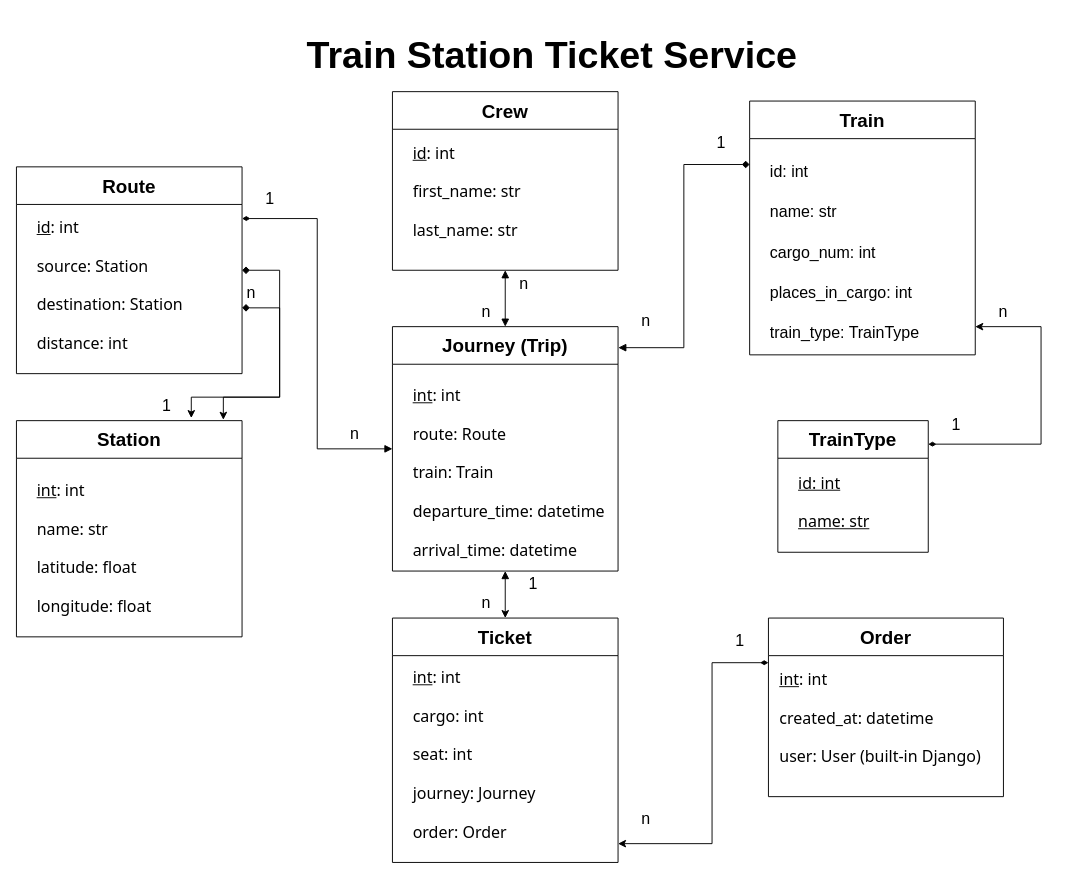
julia4406/train-ticket-service keeps this draw.io diagram as train-ticket-service_diagram.drawio. Above is the earlier version. Source tidied: cells renumbered, new cells numbered last; positions are measured from the earlier drawing's top-left corner, leaving out a move shared by most shapes. Both pictures are drawn from the tidied source at 94%, with x=0, y=0 at pixel (16, 16).
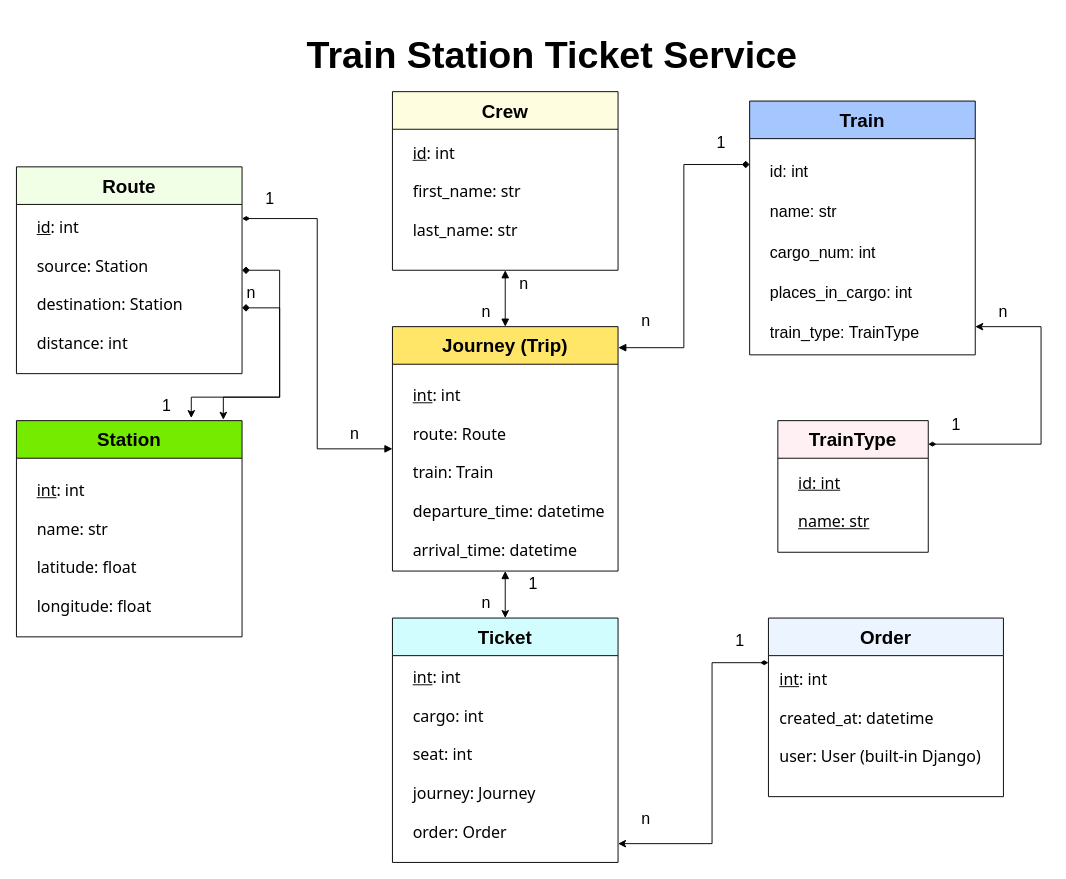
The same page after the edit.

Commit message (it also covers changes not shown here):
Add: initialized apps trip, user

The edit, as a diff of the source:
```diff
@@
-    <mxCell id="2" value="&lt;font style=&quot;font-size: 20px;&quot;&gt;Station&lt;/font&gt;" style="swimlane;whiteSpace=wrap;html=1;fontSize=15;startSize=40;" parent="1" vertex="1">
+    <mxCell id="2" value="&lt;font style=&quot;font-size: 20px;&quot;&gt;Station&lt;/font&gt;" style="swimlane;whiteSpace=wrap;html=1;fontSize=15;startSize=40;fillColor=#75EB00;" parent="1" vertex="1">
       <mxGeometry y="430" width="240" height="230" as="geometry" />
     </mxCell>
@@
-    <mxCell id="5" value="&lt;font style=&quot;font-size: 20px;&quot;&gt;TrainType&lt;/font&gt;" style="swimlane;whiteSpace=wrap;html=1;fontSize=15;startSize=40;" parent="1" vertex="1">
+    <mxCell id="5" value="&lt;font style=&quot;font-size: 20px;&quot;&gt;TrainType&lt;/font&gt;" style="swimlane;whiteSpace=wrap;html=1;fontSize=15;startSize=40;fillColor=#FFF0F3;" parent="1" vertex="1">
       <mxGeometry x="810" y="430" width="160" height="140" as="geometry" />
     </mxCell>
@@
-    <mxCell id="7" value="Train" style="swimlane;whiteSpace=wrap;html=1;fontSize=20;startSize=40;" parent="1" vertex="1">
+    <mxCell id="7" value="Train" style="swimlane;whiteSpace=wrap;html=1;fontSize=20;startSize=40;fillColor=#A6C6FF;" parent="1" vertex="1">
       <mxGeometry x="780" y="90" width="240" height="270" as="geometry" />
     </mxCell>
@@
-    <mxCell id="10" value="&lt;font style=&quot;font-size: 20px;&quot;&gt;Route&lt;/font&gt;" style="swimlane;whiteSpace=wrap;html=1;fontSize=15;startSize=40;" parent="1" vertex="1">
+    <mxCell id="10" value="&lt;font style=&quot;font-size: 20px;&quot;&gt;Route&lt;/font&gt;" style="swimlane;whiteSpace=wrap;html=1;fontSize=15;startSize=40;fillColor=#F1FFE6;" parent="1" vertex="1">
       <mxGeometry y="160" width="240" height="220" as="geometry" />
     </mxCell>
@@
-    <mxCell id="12" value="&lt;font style=&quot;font-size: 20px;&quot;&gt;Ticket&lt;/font&gt;" style="swimlane;whiteSpace=wrap;html=1;fontSize=15;startSize=40;" parent="1" vertex="1">
-      <mxGeometry x="400" y="640" width="240" height="260" as="geometry" />
-    </mxCell>
-    <mxCell id="13" value="&lt;div&gt;&lt;u&gt;int&lt;/u&gt;: int&lt;/div&gt;&lt;div&gt;&lt;span style=&quot;background-color: initial;&quot;&gt;&lt;br&gt;&lt;/span&gt;&lt;/div&gt;&lt;div&gt;cargo: int&lt;/div&gt;&lt;div&gt;&lt;br&gt;&lt;/div&gt;&lt;div&gt;seat: int&lt;/div&gt;&lt;div&gt;&lt;br&gt;&lt;/div&gt;&lt;div&gt;journey: Journey&lt;/div&gt;&lt;div&gt;&lt;br&gt;&lt;/div&gt;&lt;div&gt;order: Order&lt;/div&gt;" style="text;html=1;align=left;verticalAlign=bottom;strokeColor=none;fillColor=none;fontSize=17;horizontal=1;fontFamily=Tahoma;" parent="12" vertex="1">
-      <mxGeometry x="20" y="40" width="150" height="200" as="geometry" />
-    </mxCell>
@@
-    <mxCell id="15" value="&lt;font style=&quot;font-size: 20px;&quot;&gt;Crew&lt;/font&gt;" style="swimlane;whiteSpace=wrap;html=1;fontSize=15;startSize=40;" parent="1" vertex="1">
+    <mxCell id="15" value="&lt;font style=&quot;font-size: 20px;&quot;&gt;Crew&lt;/font&gt;" style="swimlane;whiteSpace=wrap;html=1;fontSize=15;startSize=40;fillColor=#FFFDE0;" parent="1" vertex="1">
       <mxGeometry x="400" y="80" width="240" height="190" as="geometry" />
     </mxCell>
@@
-    <mxCell id="18" value="&lt;font style=&quot;font-size: 20px;&quot;&gt;Journey (Trip)&lt;/font&gt;" style="swimlane;whiteSpace=wrap;html=1;fontSize=15;startSize=40;" parent="1" vertex="1">
+    <mxCell id="18" value="&lt;font style=&quot;font-size: 20px;&quot;&gt;Journey (Trip)&lt;/font&gt;" style="swimlane;whiteSpace=wrap;html=1;fontSize=15;startSize=40;fillColor=#FFE669;" parent="1" vertex="1">
       <mxGeometry x="400" y="330" width="240" height="260" as="geometry" />
     </mxCell>
@@
-    <mxCell id="21" value="&lt;font style=&quot;font-size: 20px;&quot;&gt;Order&lt;/font&gt;" style="swimlane;whiteSpace=wrap;html=1;fontSize=15;startSize=40;" parent="1" vertex="1">
+    <mxCell id="21" value="&lt;font style=&quot;font-size: 20px;&quot;&gt;Order&lt;/font&gt;" style="swimlane;whiteSpace=wrap;html=1;fontSize=15;startSize=40;fillColor=#EBF4FF;" parent="1" vertex="1">
       <mxGeometry x="800" y="640" width="250" height="190" as="geometry" />
     </mxCell>
@@
+    <mxCell id="12" value="&lt;font style=&quot;font-size: 20px;&quot;&gt;Ticket&lt;/font&gt;" style="swimlane;whiteSpace=wrap;html=1;fontSize=15;startSize=40;fillColor=#D1FDFF;" parent="1" vertex="1">
+      <mxGeometry x="400" y="640" width="240" height="260" as="geometry" />
+    </mxCell>
+    <mxCell id="13" value="&lt;div&gt;&lt;u&gt;int&lt;/u&gt;: int&lt;/div&gt;&lt;div&gt;&lt;span style=&quot;background-color: initial;&quot;&gt;&lt;br&gt;&lt;/span&gt;&lt;/div&gt;&lt;div&gt;cargo: int&lt;/div&gt;&lt;div&gt;&lt;br&gt;&lt;/div&gt;&lt;div&gt;seat: int&lt;/div&gt;&lt;div&gt;&lt;br&gt;&lt;/div&gt;&lt;div&gt;journey: Journey&lt;/div&gt;&lt;div&gt;&lt;br&gt;&lt;/div&gt;&lt;div&gt;order: Order&lt;/div&gt;" style="text;html=1;align=left;verticalAlign=bottom;strokeColor=none;fillColor=none;fontSize=17;horizontal=1;fontFamily=Tahoma;" parent="12" vertex="1">
+      <mxGeometry x="20" y="40" width="150" height="200" as="geometry" />
+    </mxCell>
```
